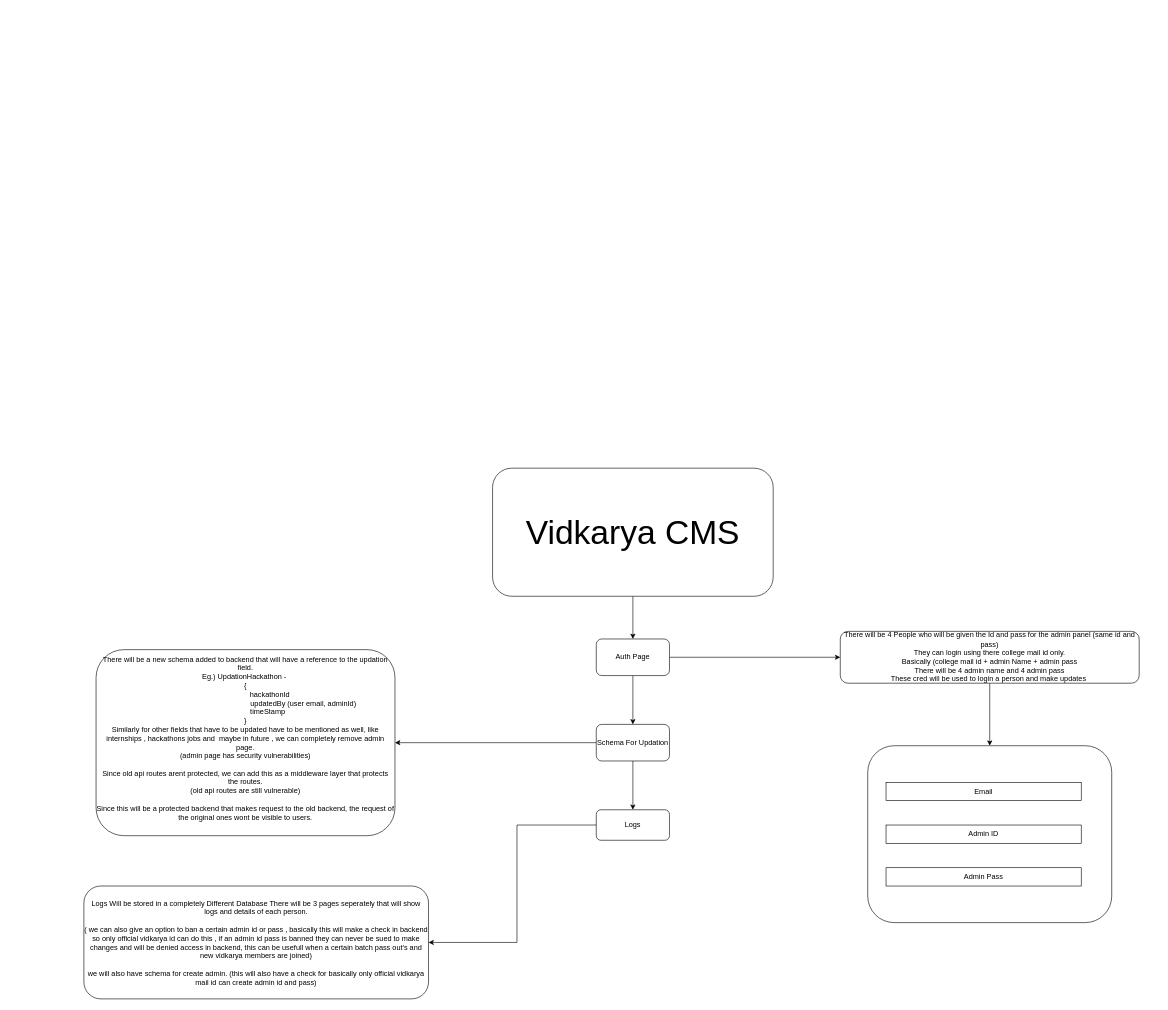
MishraShardendu22/Vidkarya keeps this draw.io diagram as VidkaryaCMS.drawio. Above is the earlier version. Source tidied: cells renumbered, new cells numbered last; positions are measured from the earlier drawing's top-left corner, leaving out a move shared by most shapes. Both pictures are drawn from the tidied source at 61%, with x=0, y=0 at pixel (84, 468).
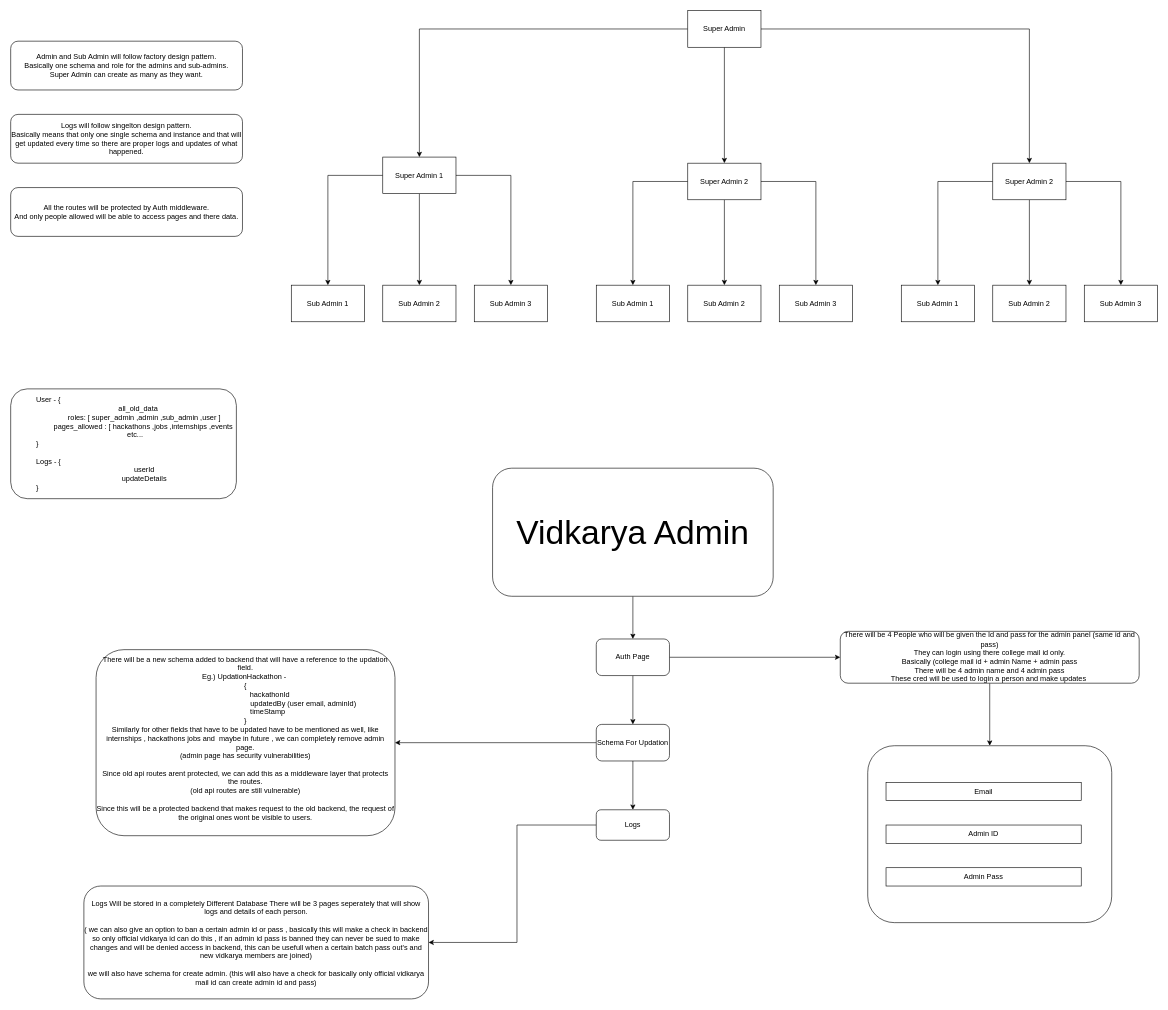
The same diagram, later.

Change to the diagram source:
```diff
@@
-    <mxCell id="3" value="&lt;font style=&quot;font-size: 55px;&quot;&gt;Vidkarya CMS&lt;/font&gt;" style="rounded=1;whiteSpace=wrap;html=1;" parent="1" vertex="1">
+    <mxCell id="3" value="&lt;font style=&quot;font-size: 55px;&quot;&gt;Vidkarya Admin&lt;/font&gt;" style="rounded=1;whiteSpace=wrap;html=1;" parent="1" vertex="1">
       <mxGeometry x="670" width="460" height="210" as="geometry" />
     </mxCell>
@@
+    <mxCell id="20" style="edgeStyle=orthogonalEdgeStyle;rounded=0;jettySize=auto;html=1;entryX=0.5;entryY=0;entryDx=0;entryDy=0;" parent="1" edge="1" source="23" target="27">
+      <mxGeometry relative="1" as="geometry" />
+    </mxCell>
+    <mxCell id="21" style="edgeStyle=orthogonalEdgeStyle;rounded=0;jettySize=auto;html=1;" parent="1" edge="1" source="23" target="34">
+      <mxGeometry relative="1" as="geometry" />
+    </mxCell>
+    <mxCell id="22" style="edgeStyle=orthogonalEdgeStyle;rounded=0;jettySize=auto;html=1;" parent="1" edge="1" source="23" target="41">
+      <mxGeometry relative="1" as="geometry" />
+    </mxCell>
+    <mxCell id="23" value="Super Admin" style="rounded=0;whiteSpace=wrap;html=1;" parent="1" vertex="1">
+      <mxGeometry x="990" y="-750" width="120" height="60" as="geometry" />
+    </mxCell>
+    <mxCell id="24" style="edgeStyle=orthogonalEdgeStyle;rounded=0;jettySize=auto;html=1;entryX=0.5;entryY=0;entryDx=0;entryDy=0;" parent="1" edge="1" source="27" target="30">
+      <mxGeometry relative="1" as="geometry" />
+    </mxCell>
+    <mxCell id="25" style="edgeStyle=orthogonalEdgeStyle;rounded=0;jettySize=auto;html=1;" parent="1" edge="1" source="27" target="29">
+      <mxGeometry relative="1" as="geometry" />
+    </mxCell>
+    <mxCell id="26" style="edgeStyle=orthogonalEdgeStyle;rounded=0;jettySize=auto;html=1;" parent="1" edge="1" source="27" target="28">
+      <mxGeometry relative="1" as="geometry" />
+    </mxCell>
+    <mxCell id="27" value="Super Admin 1" style="rounded=0;whiteSpace=wrap;html=1;" parent="1" vertex="1">
+      <mxGeometry x="490" y="-510" width="120" height="60" as="geometry" />
+    </mxCell>
+    <mxCell id="28" value="Sub Admin 3" style="rounded=0;whiteSpace=wrap;html=1;" parent="1" vertex="1">
+      <mxGeometry x="640" y="-300" width="120" height="60" as="geometry" />
+    </mxCell>
+    <mxCell id="29" value="Sub Admin 1" style="rounded=0;whiteSpace=wrap;html=1;" parent="1" vertex="1">
+      <mxGeometry x="340" y="-300" width="120" height="60" as="geometry" />
+    </mxCell>
+    <mxCell id="30" value="Sub Admin 2" style="rounded=0;whiteSpace=wrap;html=1;" parent="1" vertex="1">
+      <mxGeometry x="490" y="-300" width="120" height="60" as="geometry" />
+    </mxCell>
+    <mxCell id="31" style="edgeStyle=orthogonalEdgeStyle;rounded=0;jettySize=auto;html=1;entryX=0.5;entryY=0;entryDx=0;entryDy=0;" parent="1" edge="1" source="34" target="37">
+      <mxGeometry relative="1" as="geometry" />
+    </mxCell>
+    <mxCell id="32" style="edgeStyle=orthogonalEdgeStyle;rounded=0;jettySize=auto;html=1;" parent="1" edge="1" source="34" target="36">
+      <mxGeometry relative="1" as="geometry" />
+    </mxCell>
+    <mxCell id="33" style="edgeStyle=orthogonalEdgeStyle;rounded=0;jettySize=auto;html=1;" parent="1" edge="1" source="34" target="35">
+      <mxGeometry relative="1" as="geometry" />
+    </mxCell>
+    <mxCell id="34" value="Super Admin 2" style="rounded=0;whiteSpace=wrap;html=1;" parent="1" vertex="1">
+      <mxGeometry x="990" y="-500" width="120" height="60" as="geometry" />
+    </mxCell>
+    <mxCell id="35" value="Sub Admin 3" style="rounded=0;whiteSpace=wrap;html=1;" parent="1" vertex="1">
+      <mxGeometry x="1140" y="-300" width="120" height="60" as="geometry" />
+    </mxCell>
+    <mxCell id="36" value="Sub Admin 1" style="rounded=0;whiteSpace=wrap;html=1;" parent="1" vertex="1">
+      <mxGeometry x="840" y="-300" width="120" height="60" as="geometry" />
+    </mxCell>
+    <mxCell id="37" value="Sub Admin 2" style="rounded=0;whiteSpace=wrap;html=1;" parent="1" vertex="1">
+      <mxGeometry x="990" y="-300" width="120" height="60" as="geometry" />
+    </mxCell>
+    <mxCell id="38" style="edgeStyle=orthogonalEdgeStyle;rounded=0;jettySize=auto;html=1;entryX=0.5;entryY=0;entryDx=0;entryDy=0;" parent="1" edge="1" source="41" target="43">
+      <mxGeometry relative="1" as="geometry" />
+    </mxCell>
+    <mxCell id="39" style="edgeStyle=orthogonalEdgeStyle;rounded=0;jettySize=auto;html=1;" parent="1" edge="1" source="41" target="42">
+      <mxGeometry relative="1" as="geometry" />
+    </mxCell>
+    <mxCell id="40" style="edgeStyle=orthogonalEdgeStyle;rounded=0;jettySize=auto;html=1;entryX=0.5;entryY=0;entryDx=0;entryDy=0;" parent="1" edge="1" source="41" target="44">
+      <mxGeometry relative="1" as="geometry" />
+    </mxCell>
+    <mxCell id="41" value="Super Admin 2" style="rounded=0;whiteSpace=wrap;html=1;" parent="1" vertex="1">
+      <mxGeometry x="1490" y="-500" width="120" height="60" as="geometry" />
+    </mxCell>
+    <mxCell id="42" value="Sub Admin 1" style="rounded=0;whiteSpace=wrap;html=1;" parent="1" vertex="1">
+      <mxGeometry x="1340" y="-300" width="120" height="60" as="geometry" />
+    </mxCell>
+    <mxCell id="43" value="Sub Admin 2" style="rounded=0;whiteSpace=wrap;html=1;" parent="1" vertex="1">
+      <mxGeometry x="1490" y="-300" width="120" height="60" as="geometry" />
+    </mxCell>
+    <mxCell id="44" value="Sub Admin 3" style="rounded=0;whiteSpace=wrap;html=1;" parent="1" vertex="1">
+      <mxGeometry x="1640" y="-300" width="120" height="60" as="geometry" />
+    </mxCell>
+    <mxCell id="45" value="Admin and Sub Admin will follow factory design pattern.&lt;div&gt;Basically one schema and role for the admins and sub-admins.&lt;/div&gt;&lt;div&gt;Super Admin can create as many as they want.&lt;/div&gt;" style="rounded=1;whiteSpace=wrap;html=1;" parent="1" vertex="1">
+      <mxGeometry x="-120" y="-700" width="380" height="80" as="geometry" />
+    </mxCell>
+    <mxCell id="46" value="Logs will follow singelton design pattern.&lt;div&gt;Basically means that only one single schema and instance and that will get updated every time so there are proper logs and updates of what happened.&lt;/div&gt;" style="rounded=1;whiteSpace=wrap;html=1;" parent="1" vertex="1">
+      <mxGeometry x="-120" y="-580" width="380" height="80" as="geometry" />
+    </mxCell>
+    <mxCell id="47" value="All the routes will be protected by Auth middleware.&lt;div&gt;And only people allowed will be able to access pages and there data.&lt;/div&gt;" style="rounded=1;whiteSpace=wrap;html=1;" parent="1" vertex="1">
+      <mxGeometry x="-120" y="-460" width="380" height="80" as="geometry" />
+    </mxCell>
+    <mxCell id="48" value="&lt;blockquote style=&quot;margin: 0 0 0 40px; border: none; padding: 0px;&quot;&gt;User - {&lt;div style=&quot;text-align: center;&quot;&gt;&lt;span style=&quot;background-color: transparent; color: light-dark(rgb(0, 0, 0), rgb(255, 255, 255));&quot;&gt;&amp;nbsp; all_old_data&lt;/span&gt;&lt;/div&gt;&lt;div style=&quot;text-align: center;&quot;&gt;&lt;span style=&quot;white-space: pre;&quot;&gt;&#9;&lt;/span&gt;roles: [ super_admin ,admin ,sub_admin ,user ]&lt;/div&gt;&lt;div style=&quot;text-align: center;&quot;&gt;&lt;span style=&quot;white-space: pre;&quot;&gt;&#9;&lt;/span&gt;pages_allowed : [ hackathons ,jobs ,internships ,events&amp;nbsp; etc...&amp;nbsp;&lt;/div&gt;&lt;div&gt;}&lt;/div&gt;&lt;div&gt;&lt;br&gt;&lt;/div&gt;&lt;div&gt;Logs - {&lt;/div&gt;&lt;div style=&quot;text-align: center;&quot;&gt;&lt;span style=&quot;white-space: pre;&quot;&gt;&#9;&lt;/span&gt;userId&lt;/div&gt;&lt;div style=&quot;text-align: center;&quot;&gt;&lt;span style=&quot;white-space: pre;&quot;&gt;&#9;&lt;/span&gt;updateDetails&lt;/div&gt;&lt;div&gt;}&lt;/div&gt;&lt;/blockquote&gt;" style="rounded=1;whiteSpace=wrap;html=1;align=left;" parent="1" vertex="1">
+      <mxGeometry x="-120" y="-130" width="370" height="180" as="geometry" />
+    </mxCell>
```
